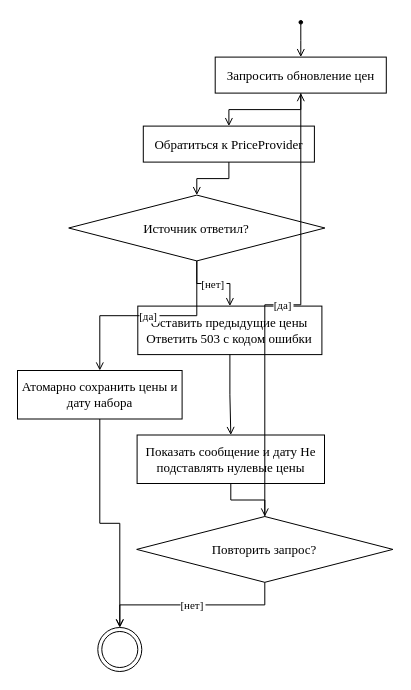
Xaz16/FitNutrition keeps this draw.io diagram as docs/lab2/diagrams/activity_exception.drawio. Above is the earlier version. Source tidied: cells renumbered, new cells numbered last; positions are measured from the earlier drawing's top-left corner, leaving out a move shared by most shapes. Both pictures are drawn from the tidied source at 100%, with x=0, y=0 at pixel (17, 20).
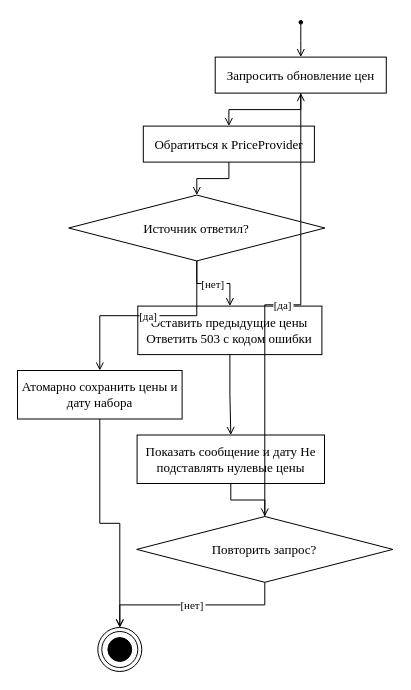
After the change.

Change to the diagram source:
```diff
@@
+    <mxCell id="21" style="ellipse;fillColor=#000000;strokeColor=#000000;" parent="1" vertex="1">
+      <mxGeometry x="90.4" y="617.1" width="23.8" height="23.8" as="geometry" />
+    </mxCell>
```
